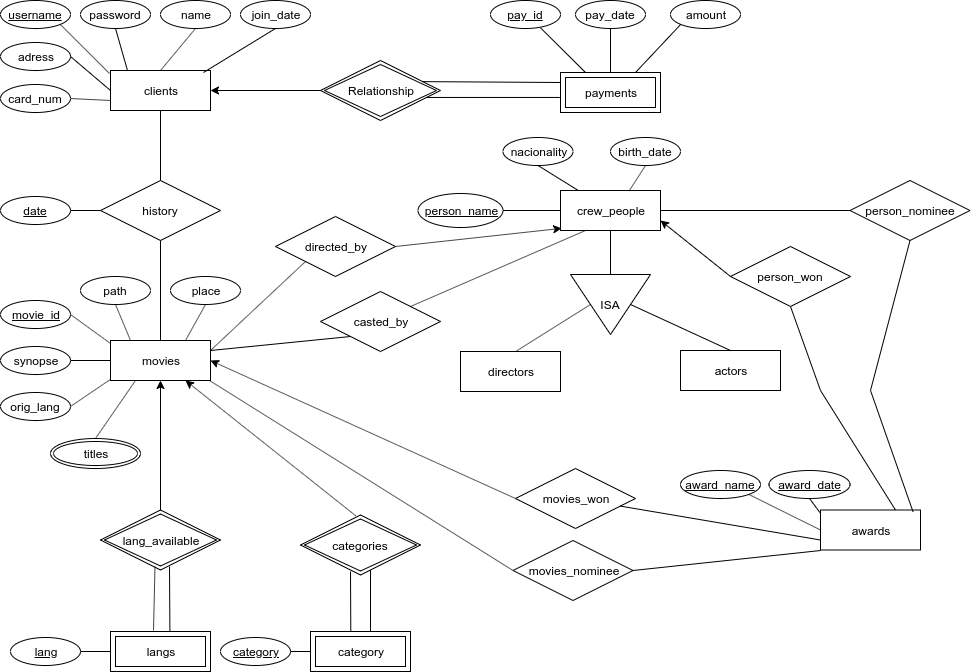
Earlier version of the draw.io export er.png (MiguelNdeCarvalho/BD-Work-2). Source tidied: cells renumbered, new cells last; positions are measured from the earlier drawing's top-left corner, leaving out a move shared by most shapes.
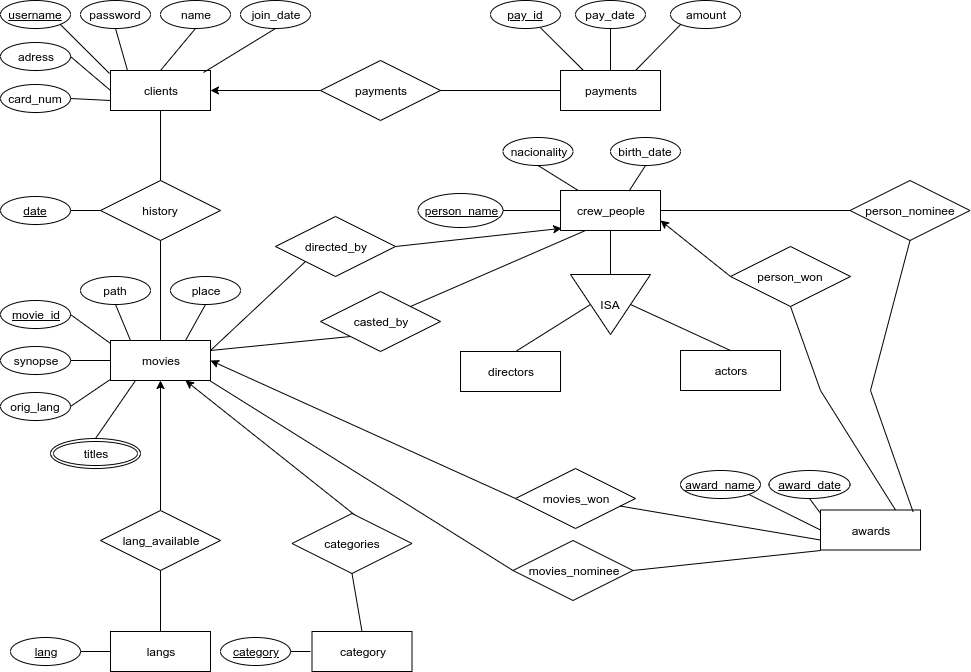
The same diagram one commit later.

What changed in the source:
```diff
@@ -91,37 +91,29 @@
     <mxCell id="30" style="endArrow=none;html=1;rounded=0;exitX=1;exitY=0.5;exitDx=0;exitDy=0;entryX=-0.003;entryY=0.976;entryDx=0;entryDy=0;entryPerimeter=0;" parent="1" edge="1" source="25" target="19">
       <mxGeometry relative="1" as="geometry" />
     </mxCell>
-    <mxCell id="31" value="Relationship" style="shape=rhombus;double=1;perimeter=rhombusPerimeter;whiteSpace=wrap;html=1;align=center;" parent="1" vertex="1">
-      <mxGeometry x="320" y="60" width="120" height="60" as="geometry" />
-    </mxCell>
-    <mxCell id="32" style="endArrow=classic;html=1;entryX=1;entryY=0.5;entryDx=0;entryDy=0;exitX=0;exitY=0.5;exitDx=0;exitDy=0;" parent="1" edge="1" source="31" target="2">
-      <mxGeometry relative="1" as="geometry" />
+    <mxCell id="32" style="endArrow=classic;html=1;entryX=1;entryY=0.5;entryDx=0;entryDy=0;exitX=0;exitY=0.5;exitDx=0;exitDy=0;" parent="1" edge="1" target="2">
+      <mxGeometry relative="1" as="geometry">
+        <mxPoint x="320" y="90" as="sourcePoint" />
+      </mxGeometry>
     </mxCell>
-    <mxCell id="33" value="payments" style="shape=ext;margin=3;double=1;whiteSpace=wrap;html=1;align=center;" parent="1" vertex="1">
-      <mxGeometry x="560" y="72" width="100" height="40" as="geometry" />
-    </mxCell>
-    <mxCell id="34" style="endArrow=none;html=1;rounded=0;entryX=0;entryY=0.25;entryDx=0;entryDy=0;exitX=0.85;exitY=0.352;exitDx=0;exitDy=0;exitPerimeter=0;" parent="1" edge="1" source="31" target="33">
-      <mxGeometry relative="1" as="geometry" />
-    </mxCell>
-    <mxCell id="35" style="endArrow=none;html=1;rounded=0;exitX=0.879;exitY=0.616;exitDx=0;exitDy=0;exitPerimeter=0;entryX=-0.007;entryY=0.624;entryDx=0;entryDy=0;entryPerimeter=0;" parent="1" edge="1" source="31" target="33">
-      <mxGeometry relative="1" as="geometry" />
-    </mxCell>
     <mxCell id="36" value="pay_id" style="ellipse;whiteSpace=wrap;html=1;align=center;fontStyle=4;" parent="1" vertex="1">
       <mxGeometry x="490" width="70" height="28" as="geometry" />
     </mxCell>
     <mxCell id="37" value="pay_date" style="ellipse;whiteSpace=wrap;html=1;align=center;" parent="1" vertex="1">
       <mxGeometry x="575" width="70" height="28" as="geometry" />
     </mxCell>
-    <mxCell id="38" style="endArrow=none;html=1;rounded=0;exitX=0.714;exitY=0.975;exitDx=0;exitDy=0;exitPerimeter=0;entryX=0.25;entryY=0;entryDx=0;entryDy=0;" parent="1" edge="1" source="36" target="33">
-      <mxGeometry relative="1" as="geometry" />
+    <mxCell id="38" style="endArrow=none;html=1;rounded=0;exitX=0.714;exitY=0.975;exitDx=0;exitDy=0;exitPerimeter=0;entryX=0.25;entryY=0;entryDx=0;entryDy=0;" parent="1" edge="1" source="36">
+      <mxGeometry relative="1" as="geometry">
+        <mxPoint x="585" y="72" as="targetPoint" />
+      </mxGeometry>
     </mxCell>
-    <mxCell id="39" style="endArrow=none;html=1;rounded=0;entryX=0.5;entryY=0;entryDx=0;entryDy=0;exitX=0.5;exitY=1;exitDx=0;exitDy=0;" parent="1" edge="1" source="37" target="33">
+    <mxCell id="39" style="endArrow=none;html=1;rounded=0;entryX=0.5;entryY=0;entryDx=0;entryDy=0;exitX=0.5;exitY=1;exitDx=0;exitDy=0;" parent="1" edge="1" source="37" target="96">
       <mxGeometry relative="1" as="geometry" />
     </mxCell>
     <mxCell id="40" value="amount" style="ellipse;whiteSpace=wrap;html=1;align=center;" parent="1" vertex="1">
       <mxGeometry x="670" width="70" height="28" as="geometry" />
     </mxCell>
-    <mxCell id="41" style="endArrow=none;html=1;rounded=0;exitX=0;exitY=1;exitDx=0;exitDy=0;entryX=0.75;entryY=0;entryDx=0;entryDy=0;" parent="1" edge="1" source="40" target="33">
+    <mxCell id="41" style="endArrow=none;html=1;rounded=0;exitX=0;exitY=1;exitDx=0;exitDy=0;entryX=0.75;entryY=0;entryDx=0;entryDy=0;" parent="1" edge="1" source="40" target="96">
       <mxGeometry relative="1" as="geometry" />
     </mxCell>
     <mxCell id="42" style="endArrow=classic;html=1;entryX=0.5;entryY=1;entryDx=0;entryDy=0;exitX=0.5;exitY=0;exitDx=0;exitDy=0;" parent="1" edge="1" target="19">
@@ -129,55 +121,27 @@
         <mxPoint x="160" y="510" as="sourcePoint" />
       </mxGeometry>
     </mxCell>
-    <mxCell id="43" style="endArrow=classic;html=1;entryX=0.75;entryY=1;entryDx=0;entryDy=0;exitX=0.461;exitY=0.014;exitDx=0;exitDy=0;exitPerimeter=0;" parent="1" edge="1" source="45" target="19">
-      <mxGeometry relative="1" as="geometry" />
+    <mxCell id="43" style="endArrow=classic;html=1;entryX=0.75;entryY=1;entryDx=0;entryDy=0;exitX=0.461;exitY=0.014;exitDx=0;exitDy=0;exitPerimeter=0;" parent="1" edge="1" target="19">
+      <mxGeometry relative="1" as="geometry">
+        <mxPoint x="355.3" y="515.3" as="sourcePoint" />
+      </mxGeometry>
     </mxCell>
-    <mxCell id="44" value="lang_available" style="shape=rhombus;double=1;perimeter=rhombusPerimeter;whiteSpace=wrap;html=1;align=center;" parent="1" vertex="1">
-      <mxGeometry x="100" y="509.5" width="120" height="60" as="geometry" />
-    </mxCell>
-    <mxCell id="45" value="categories" style="shape=rhombus;double=1;perimeter=rhombusPerimeter;whiteSpace=wrap;html=1;align=center;" parent="1" vertex="1">
-      <mxGeometry x="300" y="514.5" width="120" height="60" as="geometry" />
-    </mxCell>
-    <mxCell id="46" value="langs" style="shape=ext;margin=3;double=1;whiteSpace=wrap;html=1;align=center;" parent="1" vertex="1">
-      <mxGeometry x="110" y="631" width="100" height="40" as="geometry" />
-    </mxCell>
-    <mxCell id="47" style="endArrow=none;html=1;rounded=0;exitX=0.454;exitY=0.944;exitDx=0;exitDy=0;exitPerimeter=0;" parent="1" edge="1" source="44">
-      <mxGeometry relative="1" as="geometry">
-        <mxPoint x="153" y="630" as="targetPoint" />
-      </mxGeometry>
-    </mxCell>
     <mxCell id="48" value="lang" style="ellipse;whiteSpace=wrap;html=1;align=center;fontStyle=4;" parent="1" vertex="1">
       <mxGeometry x="10" y="637" width="70" height="28" as="geometry" />
     </mxCell>
-    <mxCell id="49" style="endArrow=none;html=1;rounded=0;exitX=1;exitY=0.5;exitDx=0;exitDy=0;entryX=0;entryY=0.5;entryDx=0;entryDy=0;" parent="1" edge="1" source="48" target="46">
-      <mxGeometry relative="1" as="geometry" />
+    <mxCell id="49" style="endArrow=none;html=1;rounded=0;exitX=1;exitY=0.5;exitDx=0;exitDy=0;entryX=0;entryY=0.5;entryDx=0;entryDy=0;" parent="1" edge="1" source="48">
+      <mxGeometry relative="1" as="geometry">
+        <mxPoint x="110" y="651" as="targetPoint" />
+      </mxGeometry>
     </mxCell>
-    <mxCell id="50" value="category" style="shape=ext;margin=3;double=1;whiteSpace=wrap;html=1;align=center;" parent="1" vertex="1">
-      <mxGeometry x="310" y="631" width="100" height="40" as="geometry" />
-    </mxCell>
     <mxCell id="51" value="category" style="ellipse;whiteSpace=wrap;html=1;align=center;fontStyle=4;" parent="1" vertex="1">
       <mxGeometry x="220" y="637" width="70" height="28" as="geometry" />
     </mxCell>
-    <mxCell id="52" style="endArrow=none;html=1;rounded=0;exitX=0;exitY=0.5;exitDx=0;exitDy=0;entryX=1;entryY=0.5;entryDx=0;entryDy=0;" parent="1" edge="1" source="50" target="51">
-      <mxGeometry relative="1" as="geometry" />
+    <mxCell id="52" style="endArrow=none;html=1;rounded=0;exitX=0;exitY=0.5;exitDx=0;exitDy=0;entryX=1;entryY=0.5;entryDx=0;entryDy=0;" parent="1" edge="1" target="51">
+      <mxGeometry relative="1" as="geometry">
+        <mxPoint x="310" y="651" as="sourcePoint" />
+      </mxGeometry>
     </mxCell>
-    <mxCell id="53" style="endArrow=none;html=1;rounded=0;exitX=0.5;exitY=1;exitDx=0;exitDy=0;" parent="1" edge="1">
-      <mxGeometry relative="1" as="geometry">
-        <mxPoint x="370" y="569.5" as="sourcePoint" />
-        <mxPoint x="370" y="631" as="targetPoint" />
-      </mxGeometry>
-    </mxCell>
-    <mxCell id="54" style="endArrow=none;html=1;rounded=0;entryX=0.354;entryY=0;entryDx=0;entryDy=0;entryPerimeter=0;" parent="1" edge="1">
-      <mxGeometry relative="1" as="geometry">
-        <mxPoint x="169" y="566" as="sourcePoint" />
-        <mxPoint x="169.4" y="631" as="targetPoint" />
-      </mxGeometry>
-    </mxCell>
-    <mxCell id="55" style="endArrow=none;html=1;rounded=0;entryX=0.403;entryY=-0.017;entryDx=0;entryDy=0;entryPerimeter=0;" parent="1" edge="1" target="50">
-      <mxGeometry relative="1" as="geometry">
-        <mxPoint x="350" y="571" as="sourcePoint" />
-      </mxGeometry>
-    </mxCell>
     <mxCell id="56" value="crew_people" style="whiteSpace=wrap;html=1;align=center;" parent="1" vertex="1">
       <mxGeometry x="560" y="190" width="100" height="40" as="geometry" />
     </mxCell>
@@ -300,5 +264,32 @@
     <mxCell id="93" style="endArrow=none;html=1;rounded=0;exitX=0.5;exitY=0;exitDx=0;exitDy=0;entryX=0.25;entryY=1;entryDx=0;entryDy=0;" parent="1" edge="1" source="92" target="19">
       <mxGeometry relative="1" as="geometry" />
     </mxCell>
+    <mxCell id="44" value="lang_available" style="shape=rhombus;perimeter=rhombusPerimeter;whiteSpace=wrap;html=1;align=center;" parent="1" vertex="1">
+      <mxGeometry x="100" y="510" width="120" height="60" as="geometry" />
+    </mxCell>
+    <mxCell id="45" value="categories" style="shape=rhombus;perimeter=rhombusPerimeter;whiteSpace=wrap;html=1;align=center;" parent="1" vertex="1">
+      <mxGeometry x="291.5" y="513" width="120" height="60" as="geometry" />
+    </mxCell>
+    <mxCell id="46" value="langs" style="whiteSpace=wrap;html=1;align=center;" parent="1" vertex="1">
+      <mxGeometry x="110" y="631" width="100" height="40" as="geometry" />
+    </mxCell>
+    <mxCell id="94" style="endArrow=none;html=1;rounded=0;exitX=0.5;exitY=1;exitDx=0;exitDy=0;entryX=0.5;entryY=0;entryDx=0;entryDy=0;" parent="1" edge="1" source="44" target="46">
+      <mxGeometry relative="1" as="geometry" />
+    </mxCell>
+    <mxCell id="50" value="category" style="whiteSpace=wrap;html=1;align=center;" parent="1" vertex="1">
+      <mxGeometry x="311.5" y="631" width="100" height="40" as="geometry" />
+    </mxCell>
+    <mxCell id="95" style="endArrow=none;html=1;rounded=0;exitX=0.5;exitY=1;exitDx=0;exitDy=0;entryX=0.5;entryY=0;entryDx=0;entryDy=0;" parent="1" edge="1" source="45" target="50">
+      <mxGeometry relative="1" as="geometry" />
+    </mxCell>
+    <mxCell id="96" value="payments" style="whiteSpace=wrap;html=1;align=center;" parent="1" vertex="1">
+      <mxGeometry x="560" y="70" width="100" height="40" as="geometry" />
+    </mxCell>
+    <mxCell id="97" value="payments" style="shape=rhombus;perimeter=rhombusPerimeter;whiteSpace=wrap;html=1;align=center;" parent="1" vertex="1">
+      <mxGeometry x="320" y="60" width="120" height="60" as="geometry" />
+    </mxCell>
+    <mxCell id="98" style="line;strokeWidth=1;fillColor=none;align=left;verticalAlign=middle;spacingTop=-1;spacingLeft=3;spacingRight=3;labelPosition=right;fontSize=12;" parent="1" vertex="1">
+      <mxGeometry x="440" y="86" width="120" height="8" as="geometry" />
+    </mxCell>
   </root>
 </mxGraphModel>
```
